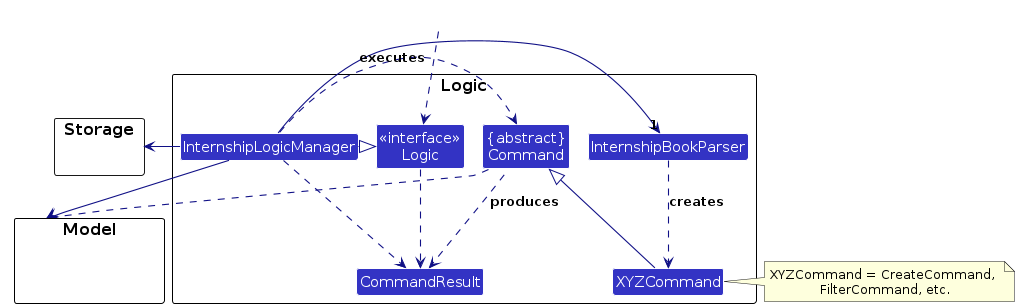
AY2324S1-CS2103T-W17-1/tp keeps this PlantUML diagram as diagrams/LogicClassDiagram.png. Above is the earlier version. Its source is kept beside it as diagrams/LogicClassDiagram.puml.
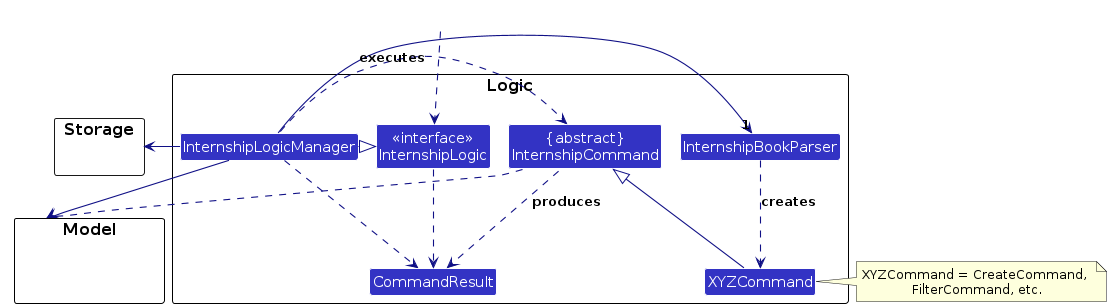
Above is the later version.

Change to the diagram source:
```diff
@@ -10,10 +10,10 @@
 Class InternshipBookParser
 Class XYZCommand
 Class CommandResult
-Class "{abstract}\nCommand" as Command
+Class "{abstract}\nInternshipCommand" as InternshipCommand
 
 
-Class "<<interface>>\nLogic" as Logic
+Class "<<interface>>\nInternshipLogic" as InternshipLogic
 Class InternshipLogicManager
 }
 
@@ -25,23 +25,23 @@
 }
 
 Class HiddenOutside #FFFFFF
-HiddenOutside ..> Logic
+HiddenOutside ..> InternshipLogic
 
-InternshipLogicManager .right.|> Logic
+InternshipLogicManager .right.|> InternshipLogic
 InternshipLogicManager -right->"1" InternshipBookParser
 InternshipBookParser ..> XYZCommand : creates >
 
-XYZCommand -up-|> Command
-InternshipLogicManager .left.> Command : executes >
+XYZCommand -up-|> InternshipCommand
+InternshipLogicManager .left.> InternshipCommand : executes >
 
 InternshipLogicManager --> Model
 InternshipLogicManager --> Storage
 Storage --[hidden] Model
-Command .[hidden]up.> Storage
-Command .right.> Model
+InternshipCommand .[hidden]up.> Storage
+InternshipCommand .right.> Model
 note right of XYZCommand: XYZCommand = CreateCommand, \nFilterCommand, etc.
 
-Logic ..> CommandResult
+InternshipLogic ..> CommandResult
 InternshipLogicManager .down.> CommandResult
-Command .up.> CommandResult : produces >
+InternshipCommand .up.> CommandResult : produces >
 @enduml
```
